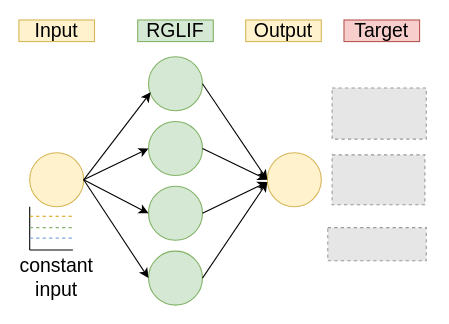
The draw.io diagram models/results/paper_figures/pattern_schematic.drawio in AllenInstitute/GLIFS_ASC, before the edit. Source tidied: cells renumbered, new cells numbered last; positions are measured from the earlier drawing's top-left corner, leaving out a move shared by most shapes. Both pictures are drawn from the tidied source at 108%, with x=0, y=0 at pixel (18, 19). Pictures stored in the file or linked from it are replaced by grey dashed boxes.
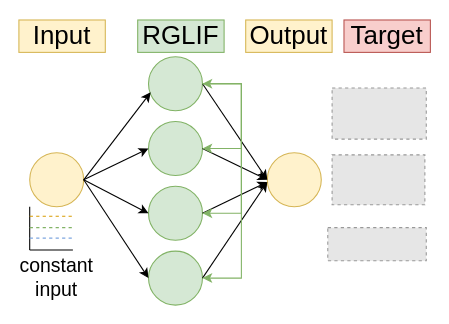
Above is the later version.

Unchanged cells that the change refers to:
```xml
<mxCell id="2" style="ellipse;whiteSpace=wrap;html=1;fillColor=#d5e8d4;strokeColor=#82b366;" parent="1" vertex="1">
  <mxGeometry x="120" y="34" width="50" height="50" as="geometry" />
</mxCell>
<mxCell id="3" style="ellipse;whiteSpace=wrap;html=1;fillColor=#d5e8d4;strokeColor=#82b366;" parent="1" vertex="1">
  <mxGeometry x="120" y="94" width="50" height="50" as="geometry" />
</mxCell>
<mxCell id="4" style="ellipse;whiteSpace=wrap;html=1;fillColor=#d5e8d4;strokeColor=#82b366;" parent="1" vertex="1">
  <mxGeometry x="120" y="154" width="50" height="50" as="geometry" />
</mxCell>
<mxCell id="5" style="ellipse;whiteSpace=wrap;html=1;fillColor=#d5e8d4;strokeColor=#82b366;" parent="1" vertex="1">
  <mxGeometry x="120" y="214" width="50" height="50" as="geometry" />
</mxCell>
<mxCell id="6" style="ellipse;whiteSpace=wrap;html=1;fillColor=#fff2cc;strokeColor=#d6b656;" parent="1" vertex="1">
  <mxGeometry x="10" y="123" width="50" height="50" as="geometry" />
</mxCell>
<mxCell id="7" style="ellipse;whiteSpace=wrap;html=1;fillColor=#fff2cc;strokeColor=#d6b656;" parent="1" vertex="1">
  <mxGeometry x="230" y="123" width="50" height="50" as="geometry" />
</mxCell>
```

What changed in the source:
```diff
@@
-    <mxCell id="9" style="endArrow=classic;html=1;exitX=1;exitY=0.5;exitDx=0;exitDy=0;entryX=0;entryY=0.5;entryDx=0;entryDy=0;" parent="1" edge="1" source="6" target="3">
+    <mxCell id="9" style="endArrow=classic;html=1;exitX=1;exitY=0.5;exitDx=0;exitDy=0;entryX=0;entryY=0.5;entryDx=0;entryDy=0;shadow=0;" parent="1" edge="1" source="6" target="3">
       <mxGeometry relative="1" as="geometry" />
     </mxCell>
@@
-    <mxCell id="12" style="endArrow=classic;html=1;exitX=1;exitY=0.5;exitDx=0;exitDy=0;entryX=0;entryY=0.5;entryDx=0;entryDy=0;" parent="1" edge="1" source="2" target="7">
-      <mxGeometry relative="1" as="geometry" />
-    </mxCell>
@@
-    <mxCell id="19" value="&lt;font style=&quot;font-size: 18px&quot;&gt;constant input&lt;/font&gt;" style="text;html=1;strokeColor=none;fillColor=none;align=center;verticalAlign=middle;whiteSpace=wrap;rounded=0;" parent="1" vertex="1">
+    <mxCell id="19" value="&lt;font style=&quot;font-size: 18px;&quot;&gt;constant input&lt;/font&gt;" style="text;html=1;strokeColor=none;fillColor=none;align=center;verticalAlign=middle;whiteSpace=wrap;rounded=0;fontSize=18;" parent="1" vertex="1">
       <mxGeometry x="15" y="229" width="40" height="20" as="geometry" />
     </mxCell>
-    <mxCell id="20" value="RGLIF" style="text;html=1;strokeColor=#82b366;fillColor=#d5e8d4;align=center;verticalAlign=middle;whiteSpace=wrap;rounded=0;fontSize=18;" parent="1" vertex="1">
-      <mxGeometry x="110" width="70" height="20" as="geometry" />
+    <mxCell id="20" value="RGLIF" style="text;html=1;strokeColor=#82b366;fillColor=#d5e8d4;align=center;verticalAlign=middle;whiteSpace=wrap;rounded=0;fontSize=24;" parent="1" vertex="1">
+      <mxGeometry x="110" width="80" height="30" as="geometry" />
     </mxCell>
-    <mxCell id="21" value="Output" style="text;html=1;strokeColor=#d6b656;fillColor=#fff2cc;align=center;verticalAlign=middle;whiteSpace=wrap;rounded=0;fontSize=18;" parent="1" vertex="1">
-      <mxGeometry x="210" width="70" height="20" as="geometry" />
+    <mxCell id="21" value="Output" style="text;html=1;strokeColor=#d6b656;fillColor=#fff2cc;align=center;verticalAlign=middle;whiteSpace=wrap;rounded=0;fontSize=24;" parent="1" vertex="1">
+      <mxGeometry x="210" width="80" height="30" as="geometry" />
     </mxCell>
-    <mxCell id="22" value="Input" style="text;html=1;strokeColor=#d6b656;fillColor=#fff2cc;align=center;verticalAlign=middle;whiteSpace=wrap;rounded=0;fontSize=18;" parent="1" vertex="1">
-      <mxGeometry width="70" height="20" as="geometry" />
+    <mxCell id="22" value="Input" style="text;html=1;strokeColor=#d6b656;fillColor=#fff2cc;align=center;verticalAlign=middle;whiteSpace=wrap;rounded=0;fontSize=24;" parent="1" vertex="1">
+      <mxGeometry width="80" height="30" as="geometry" />
     </mxCell>
-    <mxCell id="23" value="Target" style="text;html=1;strokeColor=#b85450;fillColor=#f8cecc;align=center;verticalAlign=middle;whiteSpace=wrap;rounded=0;fontSize=18;" parent="1" vertex="1">
-      <mxGeometry x="301" width="70" height="20" as="geometry" />
+    <mxCell id="23" value="Target" style="text;html=1;strokeColor=#b85450;fillColor=#f8cecc;align=center;verticalAlign=middle;whiteSpace=wrap;rounded=0;fontSize=24;" parent="1" vertex="1">
+      <mxGeometry x="301" width="80" height="30" as="geometry" />
     </mxCell>
@@
+    <mxCell id="12" style="endArrow=classic;endFill=1;html=1;exitX=1;exitY=0.5;exitDx=0;exitDy=0;entryX=0;entryY=0.5;entryDx=0;entryDy=0;" parent="1" edge="1" source="2" target="7">
+      <mxGeometry relative="1" as="geometry" />
+    </mxCell>
+    <mxCell id="29" style="endArrow=classic;html=1;endFill=1;startArrow=none;startFill=0;edgeStyle=elbowEdgeStyle;elbow=vertical;dashed=0;rounded=0;exitX=1;exitY=0.5;exitDx=0;exitDy=0;entryX=1;entryY=0.5;entryDx=0;entryDy=0;fillColor=#d5e8d4;strokeColor=#82b366;" parent="1" edge="1" source="2" target="4">
+      <mxGeometry relative="1" as="geometry">
+        <Array as="points">
+          <mxPoint x="206" y="123" />
+        </Array>
+      </mxGeometry>
+    </mxCell>
+    <mxCell id="30" style="endArrow=classic;html=1;endFill=1;startArrow=none;startFill=0;edgeStyle=elbowEdgeStyle;elbow=vertical;dashed=0;rounded=0;exitX=1;exitY=0.5;exitDx=0;exitDy=0;entryX=1;entryY=0.5;entryDx=0;entryDy=0;fillColor=#d5e8d4;strokeColor=#82b366;" parent="1" edge="1" source="2" target="5">
+      <mxGeometry relative="1" as="geometry">
+        <Array as="points">
+          <mxPoint x="206" y="103" />
+          <mxPoint x="280.5" y="98" />
+        </Array>
+      </mxGeometry>
+    </mxCell>
+    <mxCell id="31" style="endArrow=classic;html=1;endFill=1;startArrow=classic;startFill=1;edgeStyle=elbowEdgeStyle;elbow=vertical;dashed=0;rounded=0;exitX=1;exitY=0.5;exitDx=0;exitDy=0;entryX=1;entryY=0.5;entryDx=0;entryDy=0;fillColor=#d5e8d4;strokeColor=#82b366;" parent="1" edge="1" source="2" target="3">
+      <mxGeometry relative="1" as="geometry">
+        <Array as="points">
+          <mxPoint x="206" y="113" />
+        </Array>
+      </mxGeometry>
+    </mxCell>
```
